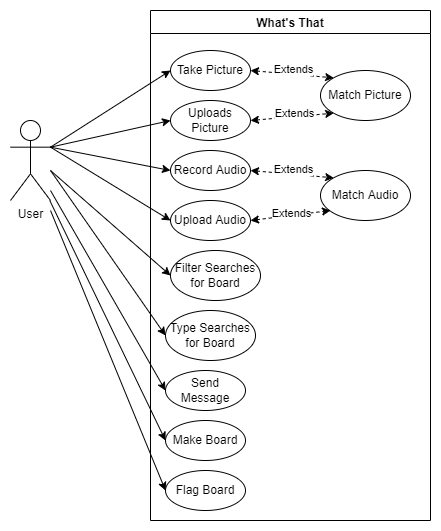
ludwig-adam/Whats-That keeps this draw.io diagram as projectRequirmentsFolder/Use Case Diagram.png. Above is the earlier version. Source tidied: cells renumbered, new cells last; positions are measured from the earlier drawing's top-left corner, leaving out a move shared by most shapes.
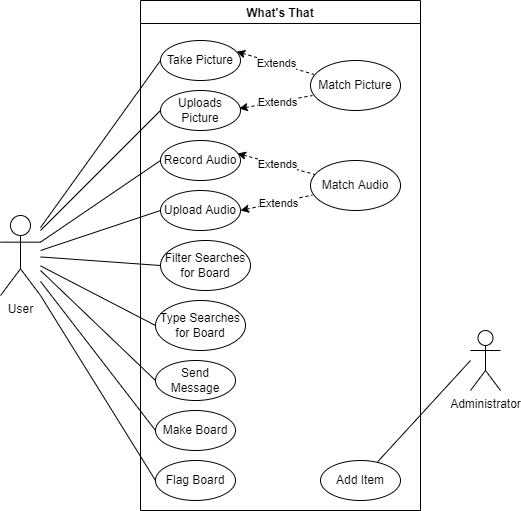
Later version of the same file.

Change to the diagram source:
```diff
@@ -35,80 +35,79 @@
     <mxCell id="12" value="Match Audio" style="ellipse;whiteSpace=wrap;html=1;" parent="2" vertex="1">
       <mxGeometry x="170" y="160" width="90" height="50" as="geometry" />
     </mxCell>
+    <mxCell id="21" value="Send Message" style="ellipse;whiteSpace=wrap;html=1;" parent="2" vertex="1">
+      <mxGeometry x="15" y="360" width="80" height="40" as="geometry" />
+    </mxCell>
-    <mxCell id="13" style="endArrow=classic;dashed=1;html=1;rounded=0;exitX=1;exitY=0.5;exitDx=0;exitDy=0;entryX=0;entryY=0;entryDx=0;entryDy=0;startArrow=classic;startFill=1;endFill=1;" parent="2" edge="1" source="3" target="11">
+    <mxCell id="13" style="endArrow=none;html=1;rounded=0;exitX=0.952;exitY=0.278;exitDx=0;exitDy=0;exitPerimeter=0;entryX=0.038;entryY=0.278;entryDx=0;entryDy=0;entryPerimeter=0;dashed=1;startArrow=classic;startFill=1;endFill=0;" parent="2" edge="1" source="3" target="11">
       <mxGeometry relative="1" as="geometry" />
     </mxCell>
-    <mxCell id="14" value="Extends" style="edgeLabel;html=1;align=center;verticalAlign=middle;rotation=0;" parent="13" vertex="1">
-      <mxGeometry x="0.19" y="-1" relative="1" as="geometry">
-        <mxPoint x="-7" y="-7" as="offset" />
-      </mxGeometry>
-    </mxCell>
+    <mxCell id="32" value="Extends" style="edgeLabel;html=1;align=center;verticalAlign=middle;" parent="13" vertex="1">
+      <mxGeometry x="0.02" relative="1" as="geometry" />
+    </mxCell>
-    <mxCell id="15" style="endArrow=classic;dashed=1;html=1;rounded=0;exitX=1;exitY=0.5;exitDx=0;exitDy=0;entryX=0;entryY=1;entryDx=0;entryDy=0;startArrow=classic;startFill=1;endFill=1;" parent="2" edge="1" source="8" target="11">
+    <mxCell id="15" style="endArrow=none;html=1;rounded=0;exitX=0.984;exitY=0.452;exitDx=0;exitDy=0;exitPerimeter=0;entryX=0.022;entryY=0.701;entryDx=0;entryDy=0;entryPerimeter=0;dashed=1;startArrow=classic;startFill=1;endFill=0;" parent="2" edge="1" source="8" target="11">
       <mxGeometry relative="1" as="geometry" />
     </mxCell>
-    <mxCell id="16" value="Extends" style="edgeLabel;html=1;align=center;verticalAlign=middle;rotation=0;" parent="15" vertex="1">
-      <mxGeometry x="0.19" y="-1" relative="1" as="geometry">
-        <mxPoint x="-6" y="-4" as="offset" />
-      </mxGeometry>
-    </mxCell>
+    <mxCell id="33" value="Extends" style="edgeLabel;html=1;align=center;verticalAlign=middle;" parent="15" vertex="1">
+      <mxGeometry x="0.02" relative="1" as="geometry" />
+    </mxCell>
-    <mxCell id="17" style="endArrow=classic;dashed=1;html=1;rounded=0;exitX=1;exitY=0.5;exitDx=0;exitDy=0;entryX=0;entryY=0;entryDx=0;entryDy=0;startArrow=classic;startFill=1;endFill=1;" parent="2" edge="1" source="4" target="12">
+    <mxCell id="17" style="endArrow=none;html=1;rounded=0;exitX=0.962;exitY=0.324;exitDx=0;exitDy=0;exitPerimeter=0;dashed=1;startArrow=classic;startFill=1;endFill=0;" parent="2" edge="1" source="4" target="12">
       <mxGeometry relative="1" as="geometry" />
     </mxCell>
-    <mxCell id="18" value="Extends" style="edgeLabel;html=1;align=center;verticalAlign=middle;rotation=0;" parent="17" vertex="1">
-      <mxGeometry x="0.19" y="-1" relative="1" as="geometry">
-        <mxPoint x="-7" y="-7" as="offset" />
-      </mxGeometry>
-    </mxCell>
-    <mxCell id="19" style="endArrow=classic;dashed=1;html=1;rounded=0;exitX=1;exitY=0.5;exitDx=0;exitDy=0;startArrow=classic;startFill=1;endFill=1;" parent="2" edge="1" source="9">
-      <mxGeometry relative="1" as="geometry">
-        <mxPoint x="180" y="200" as="targetPoint" />
-      </mxGeometry>
-    </mxCell>
-    <mxCell id="20" value="Extends" style="edgeLabel;html=1;align=center;verticalAlign=middle;rotation=0;" parent="19" vertex="1">
-      <mxGeometry x="0.19" y="-1" relative="1" as="geometry">
-        <mxPoint x="-7" y="-3" as="offset" />
-      </mxGeometry>
-    </mxCell>
-    <mxCell id="21" value="Send Message" style="ellipse;whiteSpace=wrap;html=1;" parent="2" vertex="1">
-      <mxGeometry x="15" y="360" width="80" height="40" as="geometry" />
-    </mxCell>
+    <mxCell id="34" value="Extends" style="edgeLabel;html=1;align=center;verticalAlign=middle;" parent="17" vertex="1">
+      <mxGeometry x="0.02" relative="1" as="geometry" />
+    </mxCell>
+    <mxCell id="35" style="endArrow=none;html=1;rounded=0;exitX=1;exitY=0.5;exitDx=0;exitDy=0;dashed=1;entryX=0.02;entryY=0.692;entryDx=0;entryDy=0;entryPerimeter=0;startArrow=classic;startFill=1;endFill=0;" parent="2" edge="1" source="9" target="12">
+      <mxGeometry relative="1" as="geometry" />
+    </mxCell>
+    <mxCell id="36" value="Extends" style="edgeLabel;html=1;align=center;verticalAlign=middle;" parent="35" vertex="1">
+      <mxGeometry x="0.02" relative="1" as="geometry" />
+    </mxCell>
+    <mxCell id="37" value="&lt;div&gt;Add Item&lt;/div&gt;" style="ellipse;whiteSpace=wrap;html=1;" parent="2" vertex="1">
+      <mxGeometry x="180" y="460" width="80" height="40" as="geometry" />
+    </mxCell>
     <mxCell id="22" value="User" style="shape=umlActor;verticalLabelPosition=bottom;verticalAlign=top;html=1;outlineConnect=0;" parent="1" vertex="1">
-      <mxGeometry y="110" width="40" height="80" as="geometry" />
+      <mxGeometry y="215" width="40" height="80" as="geometry" />
     </mxCell>
-    <mxCell id="23" style="endArrow=classic;html=1;rounded=0;entryX=0;entryY=0.5;entryDx=0;entryDy=0;exitX=1;exitY=0.3333333333333333;exitDx=0;exitDy=0;exitPerimeter=0;" parent="1" edge="1" source="22" target="3">
+    <mxCell id="23" style="endArrow=none;html=1;rounded=0;entryX=0;entryY=0.5;entryDx=0;entryDy=0;endFill=0;" parent="1" edge="1" source="22" target="3">
       <mxGeometry relative="1" as="geometry" />
     </mxCell>
-    <mxCell id="24" style="endArrow=classic;html=1;rounded=0;entryX=0;entryY=0.5;entryDx=0;entryDy=0;exitX=1;exitY=0.3333333333333333;exitDx=0;exitDy=0;exitPerimeter=0;" parent="1" edge="1" source="22" target="4">
+    <mxCell id="24" style="endArrow=none;html=1;rounded=0;entryX=0;entryY=0.5;entryDx=0;entryDy=0;exitX=1;exitY=0.3333333333333333;exitDx=0;exitDy=0;exitPerimeter=0;endFill=0;" parent="1" edge="1" source="22" target="4">
       <mxGeometry relative="1" as="geometry" />
     </mxCell>
-    <mxCell id="25" style="endArrow=classic;html=1;rounded=0;entryX=0;entryY=0.5;entryDx=0;entryDy=0;" parent="1" edge="1" target="5">
-      <mxGeometry relative="1" as="geometry">
-        <mxPoint x="40" y="160" as="sourcePoint" />
-      </mxGeometry>
+    <mxCell id="25" style="endArrow=none;html=1;rounded=0;entryX=0;entryY=0.5;entryDx=0;entryDy=0;endFill=0;" parent="1" edge="1" source="22" target="5">
+      <mxGeometry relative="1" as="geometry" />
     </mxCell>
-    <mxCell id="26" style="endArrow=classic;html=1;rounded=0;entryX=0;entryY=0.5;entryDx=0;entryDy=0;" parent="1" edge="1" source="22" target="6">
+    <mxCell id="26" style="endArrow=none;html=1;rounded=0;entryX=0;entryY=0.5;entryDx=0;entryDy=0;endFill=0;" parent="1" edge="1" source="22" target="6">
       <mxGeometry relative="1" as="geometry" />
     </mxCell>
-    <mxCell id="27" style="endArrow=classic;html=1;rounded=0;entryX=0;entryY=0.5;entryDx=0;entryDy=0;" parent="1" edge="1" target="7">
-      <mxGeometry relative="1" as="geometry">
-        <mxPoint x="40" y="200" as="sourcePoint" />
-      </mxGeometry>
+    <mxCell id="27" style="endArrow=none;html=1;rounded=0;entryX=0;entryY=0.5;entryDx=0;entryDy=0;endFill=0;exitX=1;exitY=1;exitDx=0;exitDy=0;exitPerimeter=0;" parent="1" edge="1" source="22" target="7">
+      <mxGeometry relative="1" as="geometry" />
     </mxCell>
-    <mxCell id="28" style="endArrow=classic;html=1;rounded=0;exitX=1;exitY=0.3333333333333333;exitDx=0;exitDy=0;exitPerimeter=0;entryX=0;entryY=0.5;entryDx=0;entryDy=0;" parent="1" edge="1" source="22" target="8">
-      <mxGeometry relative="1" as="geometry" />
+    <mxCell id="28" style="endArrow=none;html=1;rounded=0;entryX=0;entryY=0.5;entryDx=0;entryDy=0;endFill=0;" parent="1" edge="1" target="8">
+      <mxGeometry relative="1" as="geometry">
+        <mxPoint x="40" y="230" as="sourcePoint" />
+      </mxGeometry>
     </mxCell>
-    <mxCell id="29" style="endArrow=classic;html=1;rounded=0;entryX=0;entryY=0.5;entryDx=0;entryDy=0;exitX=1;exitY=0.3333333333333333;exitDx=0;exitDy=0;exitPerimeter=0;" parent="1" edge="1" source="22" target="9">
-      <mxGeometry relative="1" as="geometry" />
+    <mxCell id="29" style="endArrow=none;html=1;rounded=0;entryX=0;entryY=0.5;entryDx=0;entryDy=0;endFill=0;" parent="1" edge="1" target="9">
+      <mxGeometry relative="1" as="geometry">
+        <mxPoint x="40" y="250" as="sourcePoint" />
+      </mxGeometry>
     </mxCell>
-    <mxCell id="30" style="endArrow=classic;html=1;rounded=0;entryX=0;entryY=0.5;entryDx=0;entryDy=0;" parent="1" edge="1" target="10">
-      <mxGeometry relative="1" as="geometry">
-        <mxPoint x="40" y="160" as="sourcePoint" />
-      </mxGeometry>
+    <mxCell id="30" style="endArrow=none;html=1;rounded=0;entryX=0;entryY=0.5;entryDx=0;entryDy=0;endFill=0;" parent="1" edge="1" source="22" target="10">
+      <mxGeometry relative="1" as="geometry" />
     </mxCell>
-    <mxCell id="31" style="endArrow=classic;html=1;rounded=0;entryX=0;entryY=0.5;entryDx=0;entryDy=0;" parent="1" edge="1" target="21">
+    <mxCell id="31" style="endArrow=none;html=1;rounded=0;entryX=0;entryY=0.5;entryDx=0;entryDy=0;endFill=0;" parent="1" edge="1" target="21">
       <mxGeometry relative="1" as="geometry">
-        <mxPoint x="40" y="180" as="sourcePoint" />
+        <mxPoint x="40" y="270" as="sourcePoint" />
       </mxGeometry>
     </mxCell>
+    <mxCell id="38" value="Administrator" style="shape=umlActor;verticalLabelPosition=bottom;verticalAlign=top;html=1;" parent="1" vertex="1">
+      <mxGeometry x="470" y="330" width="30" height="60" as="geometry" />
+    </mxCell>
+    <mxCell id="39" style="endArrow=none;html=1;rounded=0;endFill=0;" parent="1" edge="1" target="37">
+      <mxGeometry relative="1" as="geometry">
+        <mxPoint x="470" y="360" as="sourcePoint" />
+      </mxGeometry>
+    </mxCell>
   </root>
 </mxGraphModel>
```
